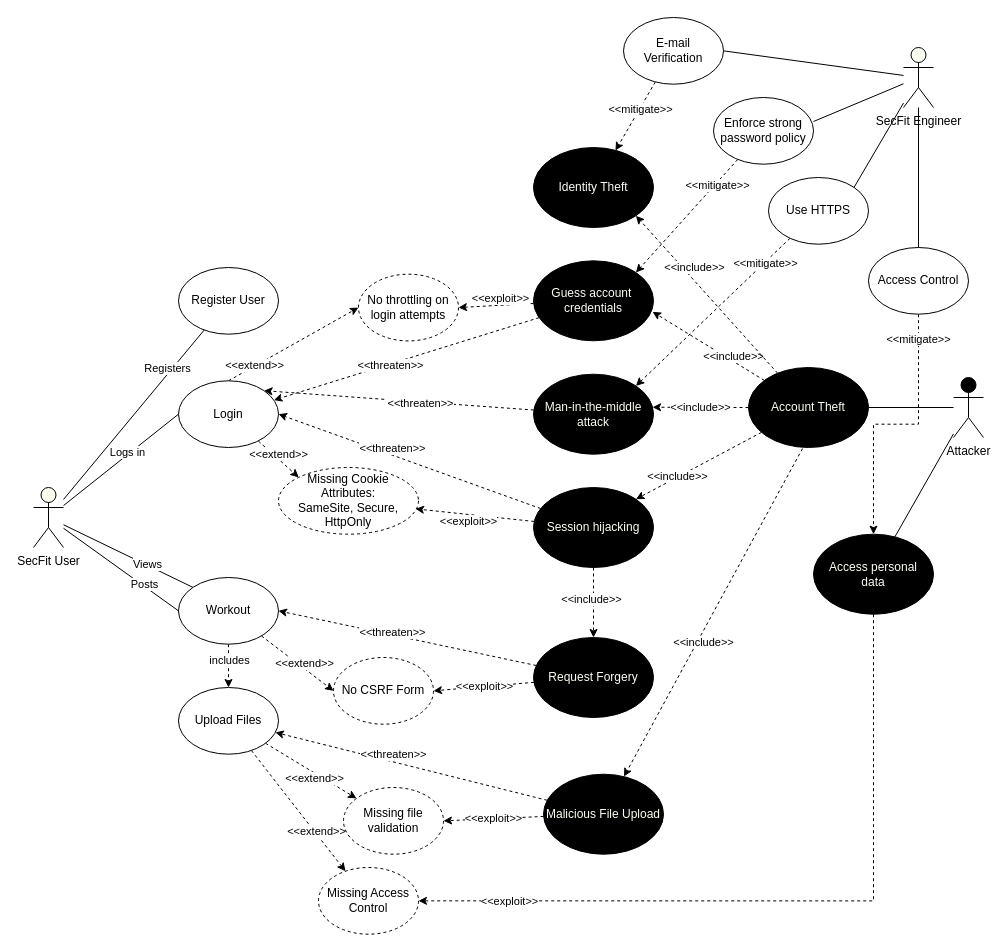
Earlier version of the draw.io diagram misusecase-2.drawio (gullskatten/BPMN-models). Source tidied: cells renumbered, new cells numbered last; positions are measured from the earlier drawing's top-left corner, leaving out a move shared by most shapes. Both pictures are drawn from the tidied source at 100%, with x=0, y=0 at pixel (33, 17).
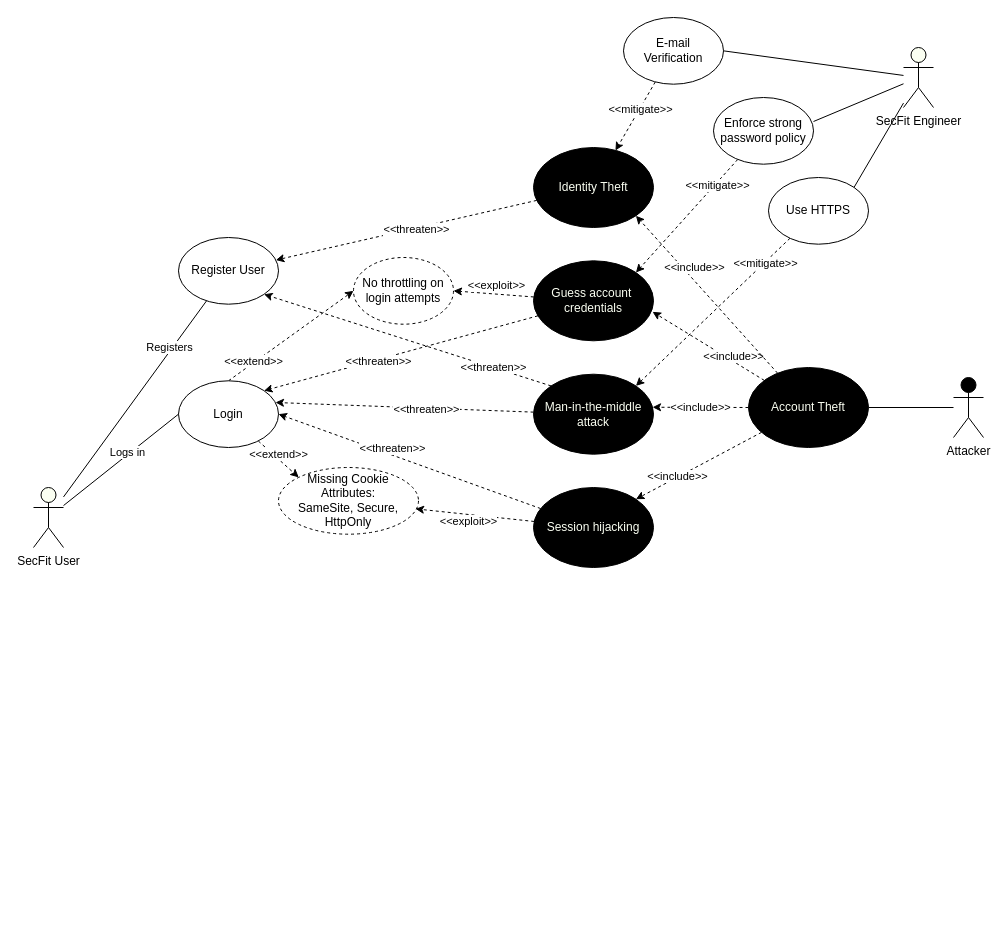
The same page after the edit.

The change refers to these unchanged cells:
```xml
<mxCell id="6" value="Attacker" style="shape=umlActor;verticalLabelPosition=bottom;verticalAlign=top;html=1;outlineConnect=0;fillColor=#000000;" parent="1" vertex="1">
  <mxGeometry x="920" y="360" width="30" height="60" as="geometry" />
</mxCell>
<mxCell id="17" value="SecFit User" style="shape=umlActor;verticalLabelPosition=bottom;verticalAlign=top;html=1;outlineConnect=0;fillColor=#FBFFF2;" parent="1" vertex="1">
  <mxGeometry y="470" width="30" height="60" as="geometry" />
</mxCell>
<mxCell id="22" value="Login" style="ellipse;whiteSpace=wrap;html=1;" parent="1" vertex="1">
  <mxGeometry x="145" y="363.3" width="100" height="66.7" as="geometry" />
</mxCell>
<mxCell id="28" value="&lt;font color=&quot;#fbfff2&quot;&gt;Man-in-the-middle&lt;br&gt;attack&lt;br&gt;&lt;/font&gt;" style="ellipse;whiteSpace=wrap;html=1;fillColor=#000000;" parent="1" vertex="1">
  <mxGeometry x="500" y="356.7" width="120" height="80" as="geometry" />
</mxCell>
<mxCell id="39" value="&lt;font color=&quot;#fbfff2&quot;&gt;Account Theft&lt;br&gt;&lt;/font&gt;" style="ellipse;whiteSpace=wrap;html=1;fillColor=#000000;" parent="1" vertex="1">
  <mxGeometry x="715" y="350" width="120" height="80" as="geometry" />
</mxCell>
<mxCell id="44" value="SecFit Engineer" style="shape=umlActor;verticalLabelPosition=bottom;verticalAlign=top;html=1;outlineConnect=0;fillColor=#FBFFF2;" parent="1" vertex="1">
  <mxGeometry x="870" y="30" width="30" height="60" as="geometry" />
</mxCell>
<mxCell id="52" value="&lt;font color=&quot;#fbfff2&quot;&gt;Guess account&amp;nbsp;&lt;br&gt;credentials&lt;br&gt;&lt;/font&gt;" style="ellipse;whiteSpace=wrap;html=1;fillColor=#000000;" parent="1" vertex="1">
  <mxGeometry x="500" y="243.3" width="120" height="80" as="geometry" />
</mxCell>
<mxCell id="59" value="&lt;font color=&quot;#fbfff2&quot;&gt;Session hijacking&lt;br&gt;&lt;/font&gt;" style="ellipse;whiteSpace=wrap;html=1;fillColor=#000000;" parent="1" vertex="1">
  <mxGeometry x="500" y="470" width="120" height="80" as="geometry" />
</mxCell>
<mxCell id="79" value="&lt;font color=&quot;#fbfff2&quot;&gt;Identity Theft&lt;br&gt;&lt;/font&gt;" style="ellipse;whiteSpace=wrap;html=1;fillColor=#000000;" parent="1" vertex="1">
  <mxGeometry x="500" y="130" width="120" height="80" as="geometry" />
</mxCell>
```

Diff of the diagram source:
```diff
@@
-    <mxCell id="3" style="edgeStyle=none;rounded=0;jettySize=auto;html=1;exitX=0.45;exitY=1.013;exitDx=0;exitDy=0;exitPerimeter=0;dashed=1;" parent="1" edge="1" source="39" target="74">
-      <mxGeometry relative="1" as="geometry" />
-    </mxCell>
-    <mxCell id="4" value="&amp;lt;&amp;lt;include&amp;gt;&amp;gt;" style="edgeLabel;html=1;align=center;verticalAlign=middle;" parent="3" vertex="1">
-      <mxGeometry x="0.17" y="5" relative="1" as="geometry" />
-    </mxCell>
-    <mxCell id="5" style="edgeStyle=none;rounded=0;jettySize=auto;html=1;endArrow=none;endFill=0;" parent="1" edge="1" source="6" target="82">
-      <mxGeometry relative="1" as="geometry" />
-    </mxCell>
@@
-    <mxCell id="11" style="edgeStyle=none;rounded=0;jettySize=auto;html=1;entryX=0;entryY=0.5;entryDx=0;entryDy=0;endArrow=none;endFill=0;" parent="1" edge="1" source="17" target="25">
-      <mxGeometry relative="1" as="geometry" />
-    </mxCell>
-    <mxCell id="12" value="Posts" style="edgeLabel;html=1;align=center;verticalAlign=middle;" parent="11" vertex="1">
-      <mxGeometry x="0.04" y="1" relative="1" as="geometry">
-        <mxPoint x="20.1" y="13.5" as="offset" />
-      </mxGeometry>
-    </mxCell>
-    <mxCell id="13" style="edgeStyle=none;rounded=0;jettySize=auto;html=1;entryX=0.5;entryY=0;entryDx=0;entryDy=0;exitX=0.5;exitY=1;exitDx=0;exitDy=0;dashed=1;" parent="1" edge="1" source="25" target="69">
-      <mxGeometry relative="1" as="geometry" />
-    </mxCell>
-    <mxCell id="14" value="includes" style="edgeLabel;html=1;align=center;verticalAlign=middle;" parent="13" vertex="1">
-      <mxGeometry x="0.57" y="1" relative="1" as="geometry">
-        <mxPoint x="-1" y="-18.3" as="offset" />
-      </mxGeometry>
-    </mxCell>
-    <mxCell id="15" style="edgeStyle=none;rounded=0;jettySize=auto;html=1;entryX=0;entryY=0;entryDx=0;entryDy=0;endArrow=none;endFill=0;" parent="1" edge="1" source="17" target="25">
-      <mxGeometry relative="1" as="geometry" />
-    </mxCell>
-    <mxCell id="16" value="Views" style="edgeLabel;html=1;align=center;verticalAlign=middle;" parent="15" vertex="1">
-      <mxGeometry x="0.28" y="1" relative="1" as="geometry" />
-    </mxCell>
@@
-    <mxCell id="23" style="edgeStyle=none;rounded=0;jettySize=auto;html=1;entryX=0;entryY=0.5;entryDx=0;entryDy=0;dashed=1;" parent="1" edge="1" source="25" target="64">
-      <mxGeometry relative="1" as="geometry" />
-    </mxCell>
-    <mxCell id="24" value="&amp;lt;&amp;lt;extend&amp;gt;&amp;gt;" style="edgeLabel;html=1;align=center;verticalAlign=middle;" parent="23" vertex="1">
-      <mxGeometry x="0.1" y="4" relative="1" as="geometry" />
-    </mxCell>
-    <mxCell id="25" value="Workout" style="ellipse;whiteSpace=wrap;html=1;" parent="1" vertex="1">
-      <mxGeometry x="145" y="560" width="100" height="66.7" as="geometry" />
-    </mxCell>
-    <mxCell id="26" style="edgeStyle=none;rounded=0;jettySize=auto;html=1;entryX=1;entryY=0;entryDx=0;entryDy=0;dashed=1;endArrow=classic;endFill=1;" parent="1" edge="1" source="28" target="22">
+    <mxCell id="26" style="edgeStyle=none;rounded=0;jettySize=auto;html=1;entryX=0.97;entryY=0.325;entryDx=0;entryDy=0;dashed=1;endArrow=classic;endFill=1;entryPerimeter=0;" parent="1" edge="1" source="28" target="22">
       <mxGeometry relative="1" as="geometry" />
     </mxCell>
@@
     <mxCell id="29" value="Register User" style="ellipse;whiteSpace=wrap;html=1;" parent="1" vertex="1">
-      <mxGeometry x="145" y="250" width="100" height="66.7" as="geometry" />
+      <mxGeometry x="145" y="220" width="100" height="66.7" as="geometry" />
     </mxCell>
@@
-    <mxCell id="43" style="edgeStyle=none;rounded=0;jettySize=auto;html=1;entryX=0.5;entryY=0;entryDx=0;entryDy=0;endArrow=none;endFill=0;" parent="1" edge="1" source="44" target="86">
-      <mxGeometry relative="1" as="geometry" />
-    </mxCell>
@@
-    <mxCell id="50" style="edgeStyle=none;rounded=0;jettySize=auto;html=1;dashed=1;endArrow=classic;endFill=1;" parent="1" edge="1" source="52" target="22">
+    <mxCell id="50" style="edgeStyle=none;rounded=0;jettySize=auto;html=1;dashed=1;endArrow=classic;endFill=1;entryX=1;entryY=0;entryDx=0;entryDy=0;" parent="1" edge="1" source="52" target="22">
       <mxGeometry relative="1" as="geometry" />
     </mxCell>
     <mxCell id="51" value="&amp;lt;&amp;lt;threaten&amp;gt;&amp;gt;" style="edgeLabel;html=1;align=center;verticalAlign=middle;" parent="50" vertex="1">
       <mxGeometry x="0.12" relative="1" as="geometry">
-        <mxPoint y="1" as="offset" />
+        <mxPoint x="-6.6" y="3.5" as="offset" />
       </mxGeometry>
     </mxCell>
@@
     <mxCell id="53" value="No throttling on&lt;br&gt;login attempts" style="ellipse;whiteSpace=wrap;html=1;dashed=1;" parent="1" vertex="1">
-      <mxGeometry x="325" y="256.7" width="100" height="66.7" as="geometry" />
+      <mxGeometry x="320" y="240" width="100" height="66.7" as="geometry" />
     </mxCell>
-    <mxCell id="54" style="edgeStyle=none;rounded=0;jettySize=auto;html=1;dashed=1;" parent="1" edge="1" source="59" target="63">
-      <mxGeometry relative="1" as="geometry" />
-    </mxCell>
-    <mxCell id="55" value="&amp;lt;&amp;lt;include&amp;gt;&amp;gt;" style="edgeLabel;html=1;align=center;verticalAlign=middle;" parent="54" vertex="1">
-      <mxGeometry x="-0.11" y="-3" relative="1" as="geometry" />
-    </mxCell>
@@
-    <mxCell id="60" value="&amp;lt;&amp;lt;exploit&amp;gt;&amp;gt;" style="edgeStyle=none;rounded=0;jettySize=auto;html=1;entryX=1;entryY=0.5;entryDx=0;entryDy=0;dashed=1;" parent="1" edge="1" source="63" target="64">
-      <mxGeometry relative="1" as="geometry" />
-    </mxCell>
-    <mxCell id="61" style="edgeStyle=none;rounded=0;jettySize=auto;html=1;entryX=1;entryY=0.5;entryDx=0;entryDy=0;dashed=1;endArrow=classic;endFill=1;" parent="1" edge="1" source="63" target="25">
-      <mxGeometry relative="1" as="geometry" />
-    </mxCell>
-    <mxCell id="62" value="&amp;lt;&amp;lt;threaten&amp;gt;&amp;gt;" style="edgeLabel;html=1;align=center;verticalAlign=middle;" parent="61" vertex="1">
-      <mxGeometry x="0.12" y="-3" relative="1" as="geometry" />
-    </mxCell>
-    <mxCell id="63" value="&lt;font color=&quot;#fbfff2&quot;&gt;Request Forgery&lt;br&gt;&lt;/font&gt;" style="ellipse;whiteSpace=wrap;html=1;fillColor=#000000;" parent="1" vertex="1">
-      <mxGeometry x="500" y="620" width="120" height="80" as="geometry" />
-    </mxCell>
-    <mxCell id="64" value="No CSRF Form" style="ellipse;whiteSpace=wrap;html=1;dashed=1;" parent="1" vertex="1">
-      <mxGeometry x="300" y="640" width="100" height="66.7" as="geometry" />
-    </mxCell>
-    <mxCell id="65" style="edgeStyle=none;rounded=0;jettySize=auto;html=1;dashed=1;" parent="1" edge="1" source="69" target="70">
-      <mxGeometry relative="1" as="geometry" />
-    </mxCell>
-    <mxCell id="66" value="&amp;lt;&amp;lt;extend&amp;gt;&amp;gt;" style="edgeLabel;html=1;align=center;verticalAlign=middle;" parent="65" vertex="1">
-      <mxGeometry x="0.34" y="1" relative="1" as="geometry">
-        <mxPoint x="-12.4" y="-1.1" as="offset" />
-      </mxGeometry>
-    </mxCell>
-    <mxCell id="67" style="edgeStyle=none;rounded=0;jettySize=auto;html=1;dashed=1;endArrow=classic;endFill=1;" parent="1" edge="1" source="69" target="83">
-      <mxGeometry relative="1" as="geometry" />
-    </mxCell>
-    <mxCell id="68" value="&amp;lt;&amp;lt;extend&amp;gt;&amp;gt;" style="edgeLabel;html=1;align=center;verticalAlign=middle;" parent="67" vertex="1">
-      <mxGeometry x="0.35" y="2" relative="1" as="geometry" />
-    </mxCell>
-    <mxCell id="69" value="Upload Files" style="ellipse;whiteSpace=wrap;html=1;" parent="1" vertex="1">
-      <mxGeometry x="145" y="670" width="100" height="66.7" as="geometry" />
-    </mxCell>
-    <mxCell id="70" value="Missing file validation" style="ellipse;whiteSpace=wrap;html=1;dashed=1;" parent="1" vertex="1">
-      <mxGeometry x="310" y="770" width="100" height="66.7" as="geometry" />
-    </mxCell>
-    <mxCell id="71" value="&amp;lt;&amp;lt;exploit&amp;gt;&amp;gt;" style="edgeStyle=none;rounded=0;jettySize=auto;html=1;entryX=1;entryY=0.5;entryDx=0;entryDy=0;dashed=1;" parent="1" edge="1" source="74" target="70">
-      <mxGeometry relative="1" as="geometry" />
-    </mxCell>
-    <mxCell id="72" style="edgeStyle=none;rounded=0;jettySize=auto;html=1;endArrow=classic;endFill=1;dashed=1;" parent="1" edge="1" source="74" target="69">
-      <mxGeometry relative="1" as="geometry" />
-    </mxCell>
-    <mxCell id="73" value="&amp;lt;&amp;lt;threaten&amp;gt;&amp;gt;" style="edgeLabel;html=1;align=center;verticalAlign=middle;" parent="72" vertex="1">
-      <mxGeometry x="0.42" y="2" relative="1" as="geometry">
-        <mxPoint x="39.8" y="0.1" as="offset" />
-      </mxGeometry>
-    </mxCell>
-    <mxCell id="74" value="&lt;font color=&quot;#fbfff2&quot;&gt;Malicious File Upload&lt;br&gt;&lt;/font&gt;" style="ellipse;whiteSpace=wrap;html=1;fillColor=#000000;" parent="1" vertex="1">
-      <mxGeometry x="510" y="756.7" width="120" height="80" as="geometry" />
-    </mxCell>
@@
+    <mxCell id="87" style="rounded=0;jettySize=auto;html=1;dashed=1;" parent="1" edge="1" source="79" target="29">
+      <mxGeometry relative="1" as="geometry" />
+    </mxCell>
+    <mxCell id="88" value="&amp;lt;&amp;lt;threaten&amp;gt;&amp;gt;" style="edgeLabel;html=1;align=center;verticalAlign=middle;" parent="87" vertex="1">
+      <mxGeometry x="-0.08" y="1" relative="1" as="geometry">
+        <mxPoint x="-1" as="offset" />
+      </mxGeometry>
+    </mxCell>
@@
-    <mxCell id="80" style="edgeStyle=orthogonalEdgeStyle;rounded=0;jettySize=auto;html=1;dashed=1;endArrow=classic;endFill=1;exitX=0.5;exitY=1;exitDx=0;exitDy=0;entryX=1;entryY=0.5;entryDx=0;entryDy=0;" parent="1" edge="1" source="82" target="83">
-      <mxGeometry relative="1" as="geometry">
-        <Array as="points">
-          <mxPoint x="840" y="883" />
-        </Array>
-      </mxGeometry>
-    </mxCell>
-    <mxCell id="81" value="&amp;lt;&amp;lt;exploit&amp;gt;&amp;gt;" style="edgeLabel;html=1;align=center;verticalAlign=middle;" parent="80" vertex="1">
-      <mxGeometry x="0.31" relative="1" as="geometry">
-        <mxPoint x="-165.7" as="offset" />
-      </mxGeometry>
-    </mxCell>
-    <mxCell id="82" value="&lt;font color=&quot;#fbfff2&quot;&gt;Access personal&lt;br&gt;data&lt;br&gt;&lt;/font&gt;" style="ellipse;whiteSpace=wrap;html=1;fillColor=#000000;" parent="1" vertex="1">
-      <mxGeometry x="780" y="516.7" width="120" height="80" as="geometry" />
-    </mxCell>
-    <mxCell id="83" value="Missing Access Control" style="ellipse;whiteSpace=wrap;html=1;dashed=1;" parent="1" vertex="1">
-      <mxGeometry x="285" y="850" width="100" height="66.7" as="geometry" />
-    </mxCell>
-    <mxCell id="84" style="edgeStyle=orthogonalEdgeStyle;rounded=0;jettySize=auto;html=1;dashed=1;" parent="1" edge="1" source="86" target="82">
-      <mxGeometry relative="1" as="geometry" />
-    </mxCell>
-    <mxCell id="85" value="&amp;lt;&amp;lt;mitigate&amp;gt;&amp;gt;" style="edgeLabel;html=1;align=center;verticalAlign=middle;" parent="84" vertex="1">
-      <mxGeometry x="-0.81" y="-1" relative="1" as="geometry" />
-    </mxCell>
-    <mxCell id="86" value="Access Control" style="ellipse;whiteSpace=wrap;html=1;" parent="1" vertex="1">
-      <mxGeometry x="835" y="230" width="100" height="66.7" as="geometry" />
-    </mxCell>
+    <mxCell id="89" style="edgeStyle=none;rounded=0;jettySize=auto;html=1;entryX=1;entryY=1;entryDx=0;entryDy=0;dashed=1;endArrow=classic;endFill=1;exitX=0;exitY=0;exitDx=0;exitDy=0;" parent="1" edge="1" source="28" target="29">
+      <mxGeometry relative="1" as="geometry" />
+    </mxCell>
+    <mxCell id="90" value="&amp;lt;&amp;lt;threaten&amp;gt;&amp;gt;" style="edgeLabel;html=1;align=center;verticalAlign=middle;" parent="89" vertex="1">
+      <mxGeometry x="-0.16" y="2" relative="1" as="geometry">
+        <mxPoint x="63.1" y="18" as="offset" />
+      </mxGeometry>
+    </mxCell>
```
